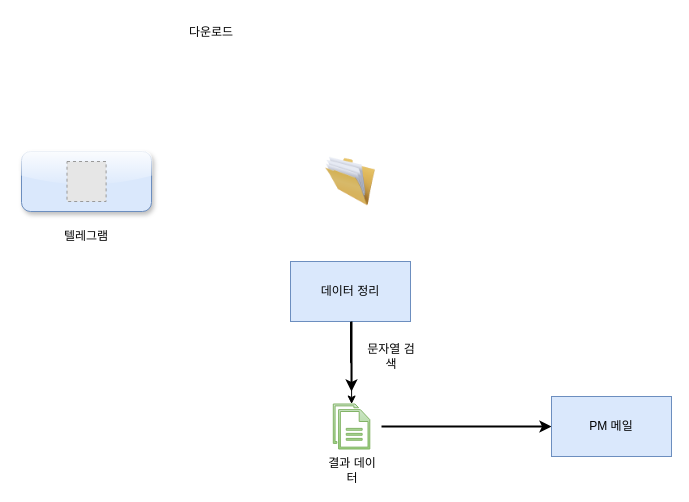
Earlier version of the draw.io diagram page "페이지-2의 복사본" (3 of 3) of cert도식화.drawio (what0302/testing.github.io). Source tidied: cells renumbered, new cells numbered last; positions are measured from the earlier drawing's top-left corner, leaving out a move shared by most shapes. Both pictures are drawn from the tidied source at 100%, with x=0, y=0 at pixel (21, 17). Pictures stored in the file or linked from it are replaced by grey dashed boxes.
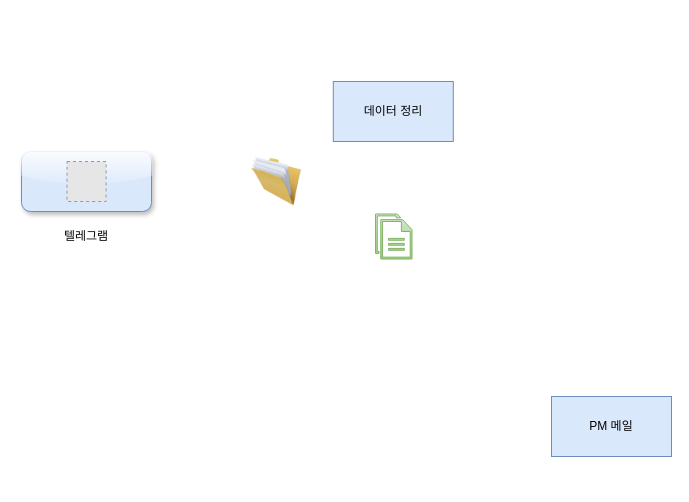
Above is the later version.

The edit, as a diff of the source:
```diff
@@
 <mxGraphModel>
   <root>
     <mxCell id="0" />
     <mxCell id="1" parent="0" />
     <mxCell id="2" style="rounded=1;whiteSpace=wrap;html=1;fillColor=#dae8fc;strokeColor=#6c8ebf;gradientColor=none;glass=1;shadow=1;" parent="1" vertex="1">
       <mxGeometry y="134" width="130" height="60" as="geometry" />
     </mxCell>
     <mxCell id="3" style="fillColor=#E6E6E6;strokeColor=#999999;dashed=1;verticalLabelPosition=bottom;verticalAlign=top;" parent="1" vertex="1">
       <mxGeometry x="45.5" y="144" width="39.1" height="40" as="geometry" />
     </mxCell>
     <mxCell id="4" value="텔레그램" style="text;html=1;align=center;verticalAlign=middle;whiteSpace=wrap;rounded=0;" parent="1" vertex="1">
       <mxGeometry x="35" y="204" width="60" height="30" as="geometry" />
     </mxCell>
-    <mxCell id="5" value="다운로드" style="text;html=1;align=center;verticalAlign=middle;whiteSpace=wrap;rounded=0;" parent="1" vertex="1">
-      <mxGeometry x="160" width="60" height="30" as="geometry" />
-    </mxCell>
     <mxCell id="6" style="image;html=1;image=img/lib/clip_art/general/Full_Folder_128x128.png;" parent="1" vertex="1">
-      <mxGeometry x="304" y="134" width="50" height="60" as="geometry" />
+      <mxGeometry x="230" y="134" width="50" height="60" as="geometry" />
     </mxCell>
-    <mxCell id="7" style="edgeStyle=orthogonalEdgeStyle;rounded=0;jettySize=auto;html=1;" parent="1" edge="1" source="8" target="14">
-      <mxGeometry relative="1" as="geometry" />
-    </mxCell>
     <mxCell id="8" value="데이터 정리" style="rounded=0;whiteSpace=wrap;html=1;fillColor=#dae8fc;strokeColor=#6c8ebf;" parent="1" vertex="1">
-      <mxGeometry x="269" y="244" width="120" height="60" as="geometry" />
+      <mxGeometry x="311.8" y="64" width="120" height="60" as="geometry" />
     </mxCell>
     <mxCell id="9" style="edgeStyle=orthogonalEdgeStyle;rounded=0;orthogonalLoop=1;jettySize=auto;html=1;exitX=0.5;exitY=1;exitDx=0;exitDy=0;" parent="1" edge="1" source="8" target="8">
       <mxGeometry relative="1" as="geometry" />
     </mxCell>
-    <mxCell id="10" style="endArrow=classic;html=1;rounded=0;strokeWidth=2;exitX=0.5;exitY=1;exitDx=0;exitDy=0;entryX=0.5;entryY=0;entryDx=0;entryDy=0;" parent="1" edge="1">
-      <mxGeometry relative="1" as="geometry">
-        <mxPoint x="330" y="304" as="sourcePoint" />
-        <mxPoint x="330" y="374" as="targetPoint" />
-      </mxGeometry>
-    </mxCell>
-    <mxCell id="11" value="문자열 검색" style="text;html=1;align=center;verticalAlign=middle;whiteSpace=wrap;rounded=0;" parent="1" vertex="1">
-      <mxGeometry x="340" y="324" width="60" height="30" as="geometry" />
-    </mxCell>
-    <mxCell id="12" style="endArrow=classic;html=1;rounded=0;strokeWidth=2;" parent="1" edge="1">
-      <mxGeometry relative="1" as="geometry">
-        <mxPoint x="360" y="409" as="sourcePoint" />
-        <mxPoint x="530" y="409" as="targetPoint" />
-      </mxGeometry>
-    </mxCell>
     <mxCell id="13" value="PM 메일" style="rounded=0;whiteSpace=wrap;html=1;fillColor=#dae8fc;strokeColor=#6c8ebf;" parent="1" vertex="1">
       <mxGeometry x="530" y="379" width="120" height="60" as="geometry" />
     </mxCell>
     <mxCell id="14" style="sketch=0;shadow=0;dashed=0;html=1;strokeColor=#82b366;fillColor=#d5e8d4;labelPosition=center;verticalLabelPosition=bottom;verticalAlign=top;outlineConnect=0;align=center;shape=mxgraph.office.concepts.documents;gradientColor=#97d077;" parent="1" vertex="1">
-      <mxGeometry x="311.8" y="386.5" width="36.5" height="45" as="geometry" />
+      <mxGeometry x="354" y="196.5" width="36.5" height="45" as="geometry" />
     </mxCell>
-    <mxCell id="15" value="결과 데이터" style="text;html=1;align=center;verticalAlign=middle;whiteSpace=wrap;rounded=0;" parent="1" vertex="1">
-      <mxGeometry x="301" y="438" width="60" height="30" as="geometry" />
-    </mxCell>
   </root>
 </mxGraphModel>
```
